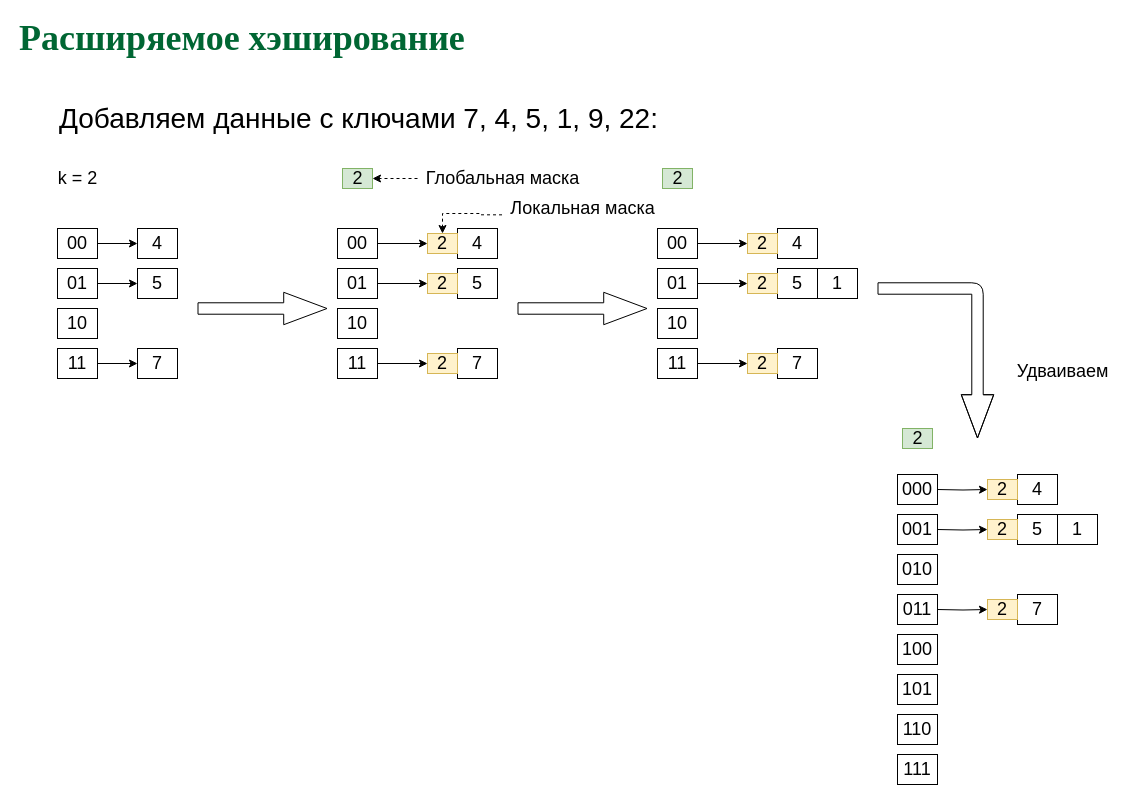
The draw.io diagram page "p17" (17 of 25) of slides/dynhash.drawio in amcp-pit/db_course, before the edit. Source tidied: cells renumbered, new cells numbered last; positions are measured from the earlier drawing's top-left corner, leaving out a move shared by most shapes. Both pictures are drawn from the tidied source at 100%, with x=0, y=0 at pixel (17, 28).
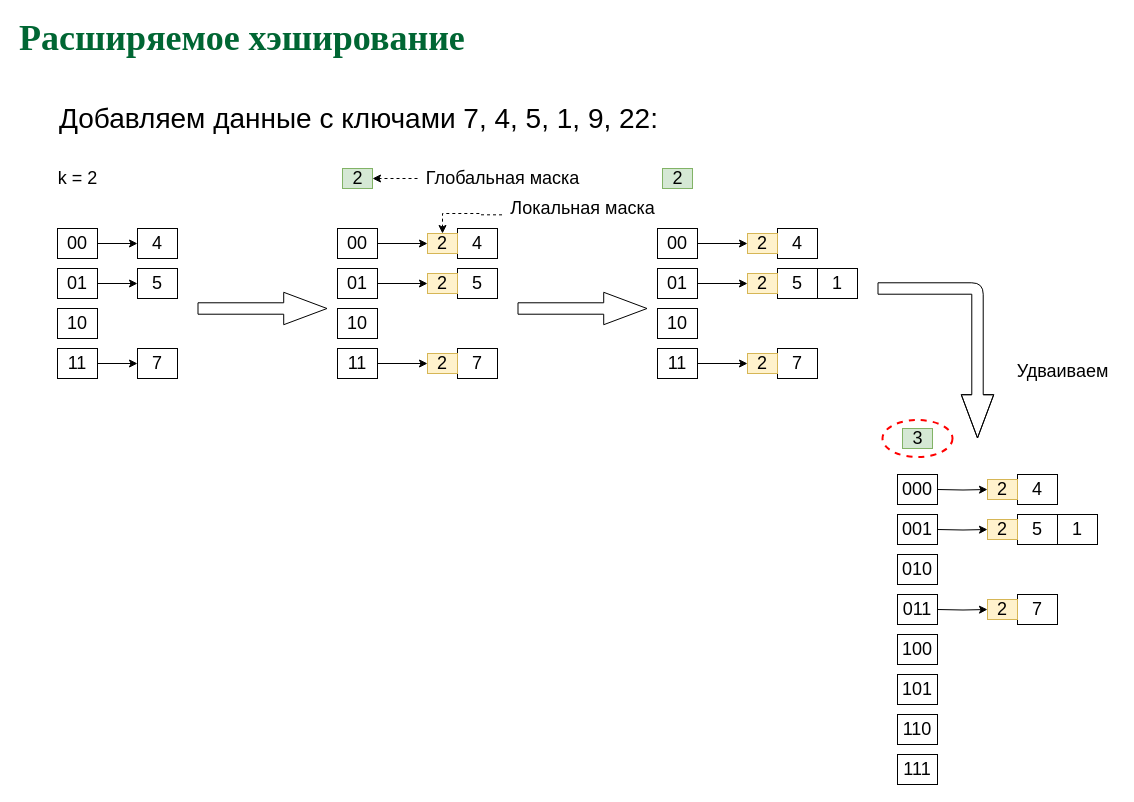
The same page after the edit.

Diff of the diagram source:
```diff
@@
+    <mxCell id="71" style="ellipse;whiteSpace=wrap;html=1;dashed=1;strokeColor=#FF0000;strokeWidth=2;fillColor=#FFFFFF;" parent="1" vertex="1">
+      <mxGeometry x="865" y="391.5" width="70" height="37" as="geometry" />
+    </mxCell>
@@
-    <mxCell id="70" value="&lt;font style=&quot;font-size: 18px&quot;&gt;2&lt;/font&gt;" style="text;html=1;align=center;verticalAlign=middle;fillColor=#d5e8d4;strokeColor=#82b366;" parent="1" vertex="1">
+    <mxCell id="70" value="&lt;font style=&quot;font-size: 18px&quot;&gt;3&lt;/font&gt;" style="text;html=1;align=center;verticalAlign=middle;fillColor=#d5e8d4;strokeColor=#82b366;" parent="1" vertex="1">
       <mxGeometry x="885" y="400" width="30" height="20" as="geometry" />
     </mxCell>
```
